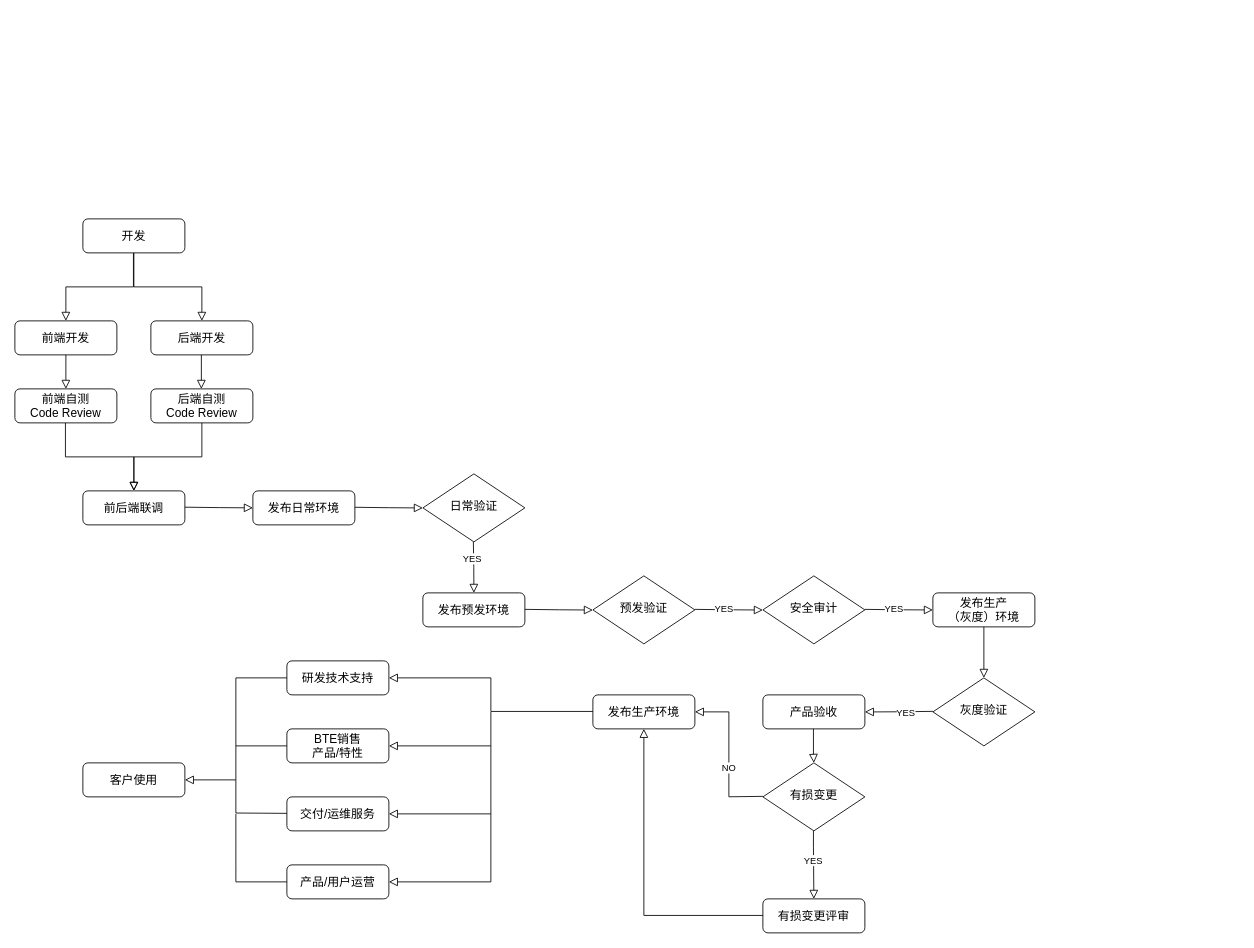
Above: 研发流程.drawio in Sunny-Smile26/Drawings (draw.io), before the change. Source tidied: cells renumbered, new cells numbered last; positions are measured from the earlier drawing's top-left corner, leaving out a move shared by most shapes. Both pictures are drawn from the tidied source at 85%, with x=0, y=0 at pixel (14, 218).
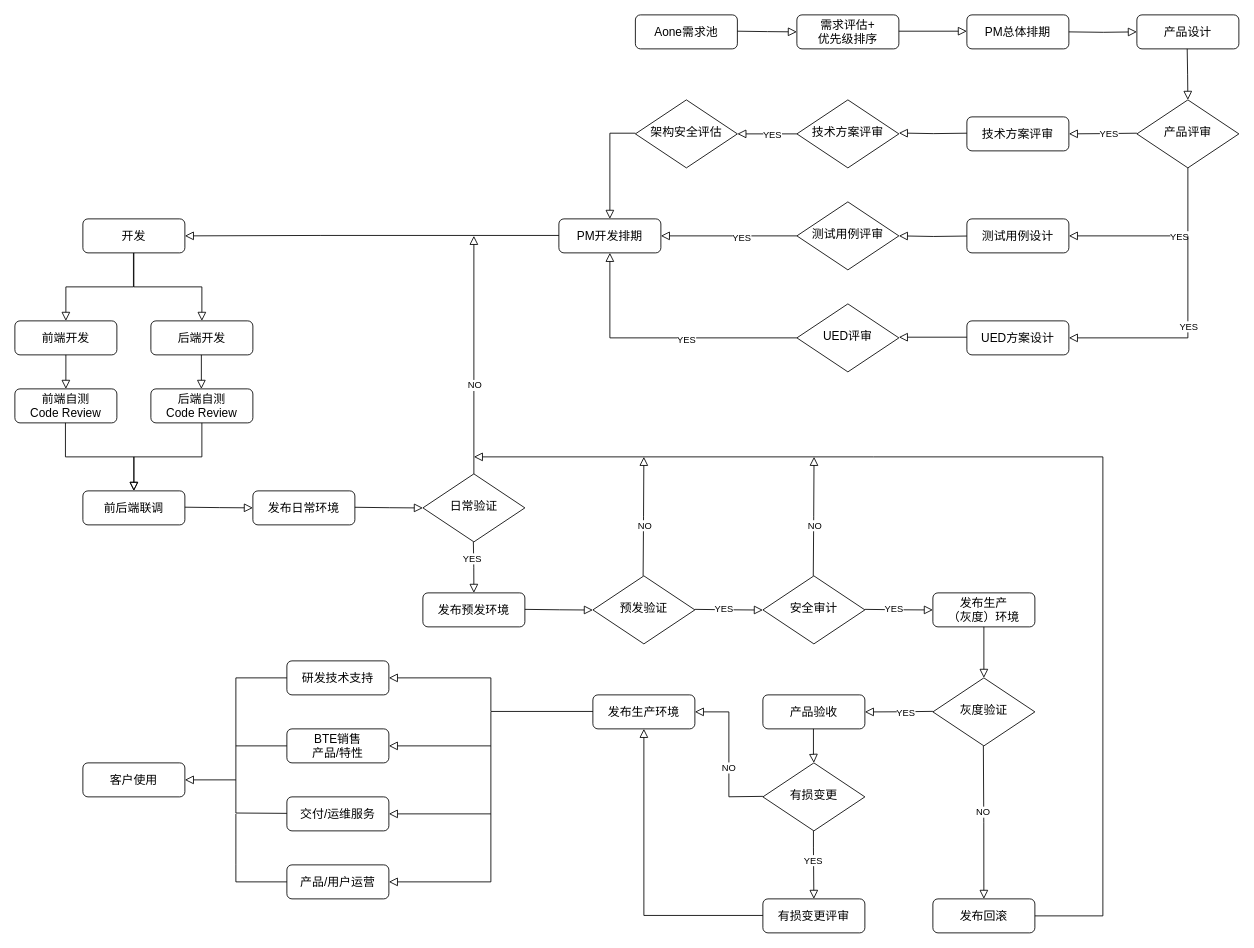
Above is the later version.

Commit message (it also covers changes not shown here):
更新研发流程.drawio

The change refers to these unchanged cells:
```xml
<mxCell id="3" value="开发" style="rounded=1;whiteSpace=wrap;html=1;fontSize=14;glass=0;strokeWidth=1;shadow=0;" parent="1" vertex="1">
  <mxGeometry x="80" width="120" height="40" as="geometry" />
</mxCell>
```

The edit, as a diff of the source:
```diff
@@
+    <mxCell id="57" value="发布回滚" style="rounded=1;whiteSpace=wrap;html=1;fontSize=14;glass=0;strokeWidth=1;shadow=0;" parent="1" vertex="1">
+      <mxGeometry x="1080" y="800" width="120" height="40" as="geometry" />
+    </mxCell>
+    <mxCell id="58" style="edgeStyle=orthogonalEdgeStyle;rounded=0;html=1;jettySize=auto;fontSize=14;endArrow=block;endFill=0;endSize=8;strokeWidth=1;shadow=0;labelBackgroundColor=none;entryX=0.5;entryY=0;entryDx=0;entryDy=0;" parent="1" edge="1" target="57">
+      <mxGeometry y="10" relative="1" as="geometry">
+        <mxPoint x="1139.4" y="620" as="sourcePoint" />
+      </mxGeometry>
+    </mxCell>
+    <mxCell id="59" value="NO" style="edgeLabel;html=1;align=center;verticalAlign=middle;" parent="58" vertex="1">
+      <mxGeometry x="-0.15" y="-1" relative="1" as="geometry" />
+    </mxCell>
+    <mxCell id="60" value="PM开发排期" style="rounded=1;whiteSpace=wrap;html=1;fontSize=14;glass=0;strokeWidth=1;shadow=0;" parent="1" vertex="1">
+      <mxGeometry x="640" width="120" height="40" as="geometry" />
+    </mxCell>
+    <mxCell id="61" style="edgeStyle=orthogonalEdgeStyle;rounded=0;html=1;jettySize=auto;fontSize=14;endArrow=block;endFill=0;endSize=8;strokeWidth=1;shadow=0;labelBackgroundColor=none;entryX=1;entryY=0.5;entryDx=0;entryDy=0;" parent="1" edge="1" target="3">
+      <mxGeometry y="10" relative="1" as="geometry">
+        <mxPoint x="640" y="19.5" as="sourcePoint" />
+        <Array as="points">
+          <mxPoint x="360" y="20" />
+          <mxPoint x="360" y="20" />
+        </Array>
+      </mxGeometry>
+    </mxCell>
+    <mxCell id="62" style="edgeStyle=orthogonalEdgeStyle;rounded=0;html=1;jettySize=auto;orthogonalLoop=1;fontSize=14;endArrow=block;endFill=0;endSize=8;strokeWidth=1;shadow=0;labelBackgroundColor=none;" parent="1" edge="1">
+      <mxGeometry y="10" relative="1" as="geometry">
+        <mxPoint x="540" y="300" as="sourcePoint" />
+        <mxPoint x="540" y="20" as="targetPoint" />
+      </mxGeometry>
+    </mxCell>
+    <mxCell id="63" value="NO" style="edgeLabel;html=1;align=center;verticalAlign=middle;" parent="62" vertex="1">
+      <mxGeometry x="-0.24" relative="1" as="geometry">
+        <mxPoint y="1" as="offset" />
+      </mxGeometry>
+    </mxCell>
+    <mxCell id="64" style="edgeStyle=orthogonalEdgeStyle;rounded=0;html=1;jettySize=auto;orthogonalLoop=1;fontSize=14;endArrow=block;endFill=0;endSize=8;strokeWidth=1;shadow=0;labelBackgroundColor=none;" parent="1" edge="1">
+      <mxGeometry y="10" relative="1" as="geometry">
+        <mxPoint x="1200" y="820" as="sourcePoint" />
+        <mxPoint x="540" y="280" as="targetPoint" />
+        <Array as="points">
+          <mxPoint x="1280" y="820" />
+          <mxPoint x="1280" y="280" />
+          <mxPoint x="1010" y="280" />
+        </Array>
+      </mxGeometry>
+    </mxCell>
+    <mxCell id="65" style="edgeStyle=orthogonalEdgeStyle;rounded=0;html=1;jettySize=auto;orthogonalLoop=1;fontSize=14;endArrow=block;endFill=0;endSize=8;strokeWidth=1;shadow=0;labelBackgroundColor=none;" parent="1" edge="1">
+      <mxGeometry y="10" relative="1" as="geometry">
+        <mxPoint x="739.1" y="420" as="sourcePoint" />
+        <mxPoint x="740" y="280" as="targetPoint" />
+      </mxGeometry>
+    </mxCell>
+    <mxCell id="66" value="NO" style="edgeLabel;html=1;align=center;verticalAlign=middle;" parent="65" vertex="1">
+      <mxGeometry x="-0.15" y="-1" relative="1" as="geometry" />
+    </mxCell>
+    <mxCell id="67" style="edgeStyle=orthogonalEdgeStyle;rounded=0;html=1;jettySize=auto;orthogonalLoop=1;fontSize=14;endArrow=block;endFill=0;endSize=8;strokeWidth=1;shadow=0;labelBackgroundColor=none;" parent="1" edge="1">
+      <mxGeometry y="10" relative="1" as="geometry">
+        <mxPoint x="939.3" y="420" as="sourcePoint" />
+        <mxPoint x="940.2" y="280" as="targetPoint" />
+      </mxGeometry>
+    </mxCell>
+    <mxCell id="68" value="NO" style="edgeLabel;html=1;align=center;verticalAlign=middle;" parent="67" vertex="1">
+      <mxGeometry x="-0.15" y="-1" relative="1" as="geometry" />
+    </mxCell>
+    <mxCell id="69" value="测试用例评审" style="rhombus;whiteSpace=wrap;html=1;shadow=0;fontFamily=Helvetica;fontSize=14;align=center;strokeWidth=1;spacing=6;spacingTop=-4;" parent="1" vertex="1">
+      <mxGeometry x="920" y="-20" width="120" height="80" as="geometry" />
+    </mxCell>
+    <mxCell id="70" value="UED评审" style="rhombus;whiteSpace=wrap;html=1;shadow=0;fontFamily=Helvetica;fontSize=14;align=center;strokeWidth=1;spacing=6;spacingTop=-4;" parent="1" vertex="1">
+      <mxGeometry x="920" y="100" width="120" height="80" as="geometry" />
+    </mxCell>
+    <mxCell id="71" value="技术方案评审" style="rhombus;whiteSpace=wrap;html=1;shadow=0;fontFamily=Helvetica;fontSize=14;align=center;strokeWidth=1;spacing=6;spacingTop=-4;" parent="1" vertex="1">
+      <mxGeometry x="920" y="-140" width="120" height="80" as="geometry" />
+    </mxCell>
+    <mxCell id="72" style="edgeStyle=orthogonalEdgeStyle;rounded=0;html=1;jettySize=auto;fontSize=14;endArrow=block;endFill=0;endSize=8;strokeWidth=1;shadow=0;labelBackgroundColor=none;entryX=1;entryY=0.5;entryDx=0;entryDy=0;exitX=0;exitY=0.5;exitDx=0;exitDy=0;" parent="1" edge="1" source="69" target="60">
+      <mxGeometry y="10" relative="1" as="geometry" />
+    </mxCell>
+    <mxCell id="73" value="YES" style="edgeLabel;html=1;align=center;verticalAlign=middle;" parent="72" vertex="1">
+      <mxGeometry x="-0.18" y="1" relative="1" as="geometry" />
+    </mxCell>
+    <mxCell id="74" style="edgeStyle=orthogonalEdgeStyle;rounded=0;html=1;jettySize=auto;fontSize=14;endArrow=block;endFill=0;endSize=8;strokeWidth=1;shadow=0;labelBackgroundColor=none;entryX=0.5;entryY=1;entryDx=0;entryDy=0;exitX=0;exitY=0.5;exitDx=0;exitDy=0;" parent="1" edge="1" source="70" target="60">
+      <mxGeometry y="10" relative="1" as="geometry" />
+    </mxCell>
+    <mxCell id="75" value="YES" style="edgeLabel;html=1;align=center;verticalAlign=middle;" parent="74" vertex="1">
+      <mxGeometry x="-0.18" y="1" relative="1" as="geometry" />
+    </mxCell>
+    <mxCell id="76" value="架构安全评估" style="rhombus;whiteSpace=wrap;html=1;shadow=0;fontFamily=Helvetica;fontSize=14;align=center;strokeWidth=1;spacing=6;spacingTop=-4;" parent="1" vertex="1">
+      <mxGeometry x="730" y="-140" width="120" height="80" as="geometry" />
+    </mxCell>
+    <mxCell id="77" style="edgeStyle=orthogonalEdgeStyle;rounded=0;html=1;jettySize=auto;fontSize=14;endArrow=block;endFill=0;endSize=8;strokeWidth=1;shadow=0;labelBackgroundColor=none;exitX=0;exitY=0.5;exitDx=0;exitDy=0;" parent="1" edge="1" source="71">
+      <mxGeometry y="10" relative="1" as="geometry">
+        <mxPoint x="850" y="-100" as="targetPoint" />
+      </mxGeometry>
+    </mxCell>
+    <mxCell id="78" value="YES" style="edgeLabel;html=1;align=center;verticalAlign=middle;" parent="77" vertex="1">
+      <mxGeometry x="-0.18" y="1" relative="1" as="geometry">
+        <mxPoint x="-1" y="-1" as="offset" />
+      </mxGeometry>
+    </mxCell>
+    <mxCell id="79" style="edgeStyle=orthogonalEdgeStyle;rounded=0;html=1;jettySize=auto;fontSize=14;endArrow=block;endFill=0;endSize=8;strokeWidth=1;shadow=0;labelBackgroundColor=none;entryX=0.5;entryY=0;entryDx=0;entryDy=0;exitX=0;exitY=0.5;exitDx=0;exitDy=0;" parent="1" edge="1" target="60">
+      <mxGeometry y="10" relative="1" as="geometry">
+        <mxPoint x="730" y="-100.8" as="sourcePoint" />
+        <Array as="points">
+          <mxPoint x="700" y="-101" />
+        </Array>
+      </mxGeometry>
+    </mxCell>
+    <mxCell id="80" value="技术方案评审" style="rounded=1;whiteSpace=wrap;html=1;fontSize=14;glass=0;strokeWidth=1;shadow=0;" parent="1" vertex="1">
+      <mxGeometry x="1120" y="-120" width="120" height="40" as="geometry" />
+    </mxCell>
+    <mxCell id="81" value="测试用例设计" style="rounded=1;whiteSpace=wrap;html=1;fontSize=14;glass=0;strokeWidth=1;shadow=0;" parent="1" vertex="1">
+      <mxGeometry x="1120" width="120" height="40" as="geometry" />
+    </mxCell>
+    <mxCell id="82" value="UED方案设计" style="rounded=1;whiteSpace=wrap;html=1;fontSize=14;glass=0;strokeWidth=1;shadow=0;" parent="1" vertex="1">
+      <mxGeometry x="1120" y="120" width="120" height="40" as="geometry" />
+    </mxCell>
+    <mxCell id="83" style="edgeStyle=orthogonalEdgeStyle;rounded=0;html=1;jettySize=auto;orthogonalLoop=1;fontSize=14;endArrow=block;endFill=0;endSize=8;strokeWidth=1;shadow=0;labelBackgroundColor=none;exitX=0;exitY=0.5;exitDx=0;exitDy=0;" parent="1" edge="1">
+      <mxGeometry y="10" relative="1" as="geometry">
+        <mxPoint x="1120" y="-100.8" as="sourcePoint" />
+        <mxPoint x="1040" y="-101" as="targetPoint" />
+      </mxGeometry>
+    </mxCell>
+    <mxCell id="84" style="edgeStyle=orthogonalEdgeStyle;rounded=0;html=1;jettySize=auto;orthogonalLoop=1;fontSize=14;endArrow=block;endFill=0;endSize=8;strokeWidth=1;shadow=0;labelBackgroundColor=none;exitX=0;exitY=0.5;exitDx=0;exitDy=0;" parent="1" edge="1">
+      <mxGeometry y="10" relative="1" as="geometry">
+        <mxPoint x="1120" y="20.2" as="sourcePoint" />
+        <mxPoint x="1040" y="20" as="targetPoint" />
+      </mxGeometry>
+    </mxCell>
+    <mxCell id="85" style="edgeStyle=orthogonalEdgeStyle;rounded=0;html=1;jettySize=auto;orthogonalLoop=1;fontSize=14;endArrow=block;endFill=0;endSize=8;strokeWidth=1;shadow=0;labelBackgroundColor=none;exitX=0;exitY=0.5;exitDx=0;exitDy=0;" parent="1" edge="1">
+      <mxGeometry y="10" relative="1" as="geometry">
+        <mxPoint x="1120" y="139.3" as="sourcePoint" />
+        <mxPoint x="1040" y="139.2" as="targetPoint" />
+        <Array as="points">
+          <mxPoint x="1040" y="140.2" />
+        </Array>
+      </mxGeometry>
+    </mxCell>
+    <mxCell id="86" value="产品评审" style="rhombus;whiteSpace=wrap;html=1;shadow=0;fontFamily=Helvetica;fontSize=14;align=center;strokeWidth=1;spacing=6;spacingTop=-4;" parent="1" vertex="1">
+      <mxGeometry x="1320" y="-140" width="120" height="80" as="geometry" />
+    </mxCell>
+    <mxCell id="87" style="edgeStyle=orthogonalEdgeStyle;rounded=0;html=1;jettySize=auto;fontSize=14;endArrow=block;endFill=0;endSize=8;strokeWidth=1;shadow=0;labelBackgroundColor=none;exitX=0;exitY=0.5;exitDx=0;exitDy=0;entryX=1;entryY=0.5;entryDx=0;entryDy=0;" parent="1" edge="1" target="80">
+      <mxGeometry y="10" relative="1" as="geometry">
+        <mxPoint x="1320" y="-100.8" as="sourcePoint" />
+      </mxGeometry>
+    </mxCell>
+    <mxCell id="88" value="YES" style="edgeLabel;html=1;align=center;verticalAlign=middle;" parent="87" vertex="1">
+      <mxGeometry x="-0.18" y="1" relative="1" as="geometry">
+        <mxPoint x="-1" y="-1" as="offset" />
+      </mxGeometry>
+    </mxCell>
+    <mxCell id="89" style="edgeStyle=orthogonalEdgeStyle;rounded=0;html=1;jettySize=auto;fontSize=14;endArrow=block;endFill=0;endSize=8;strokeWidth=1;shadow=0;labelBackgroundColor=none;exitX=0;exitY=0.5;exitDx=0;exitDy=0;entryX=1;entryY=0.5;entryDx=0;entryDy=0;" parent="1" edge="1" target="81">
+      <mxGeometry y="10" relative="1" as="geometry">
+        <mxPoint x="1380" y="-60" as="sourcePoint" />
+        <Array as="points">
+          <mxPoint x="1380" y="20" />
+        </Array>
+      </mxGeometry>
+    </mxCell>
+    <mxCell id="90" value="YES" style="edgeLabel;html=1;align=center;verticalAlign=middle;" parent="89" vertex="1">
+      <mxGeometry x="-0.18" y="1" relative="1" as="geometry">
+        <mxPoint x="-1" y="-1" as="offset" />
+      </mxGeometry>
+    </mxCell>
+    <mxCell id="91" style="edgeStyle=orthogonalEdgeStyle;rounded=0;html=1;jettySize=auto;orthogonalLoop=1;fontSize=14;endArrow=block;endFill=0;endSize=8;strokeWidth=1;shadow=0;labelBackgroundColor=none;exitX=0;exitY=0.5;exitDx=0;exitDy=0;" parent="1" edge="1">
+      <mxGeometry y="10" relative="1" as="geometry">
+        <mxPoint x="1380" y="20" as="sourcePoint" />
+        <mxPoint x="1240" y="140" as="targetPoint" />
+        <Array as="points">
+          <mxPoint x="1380" y="140" />
+          <mxPoint x="1240" y="140" />
+        </Array>
+      </mxGeometry>
+    </mxCell>
+    <mxCell id="92" value="YES" style="edgeLabel;html=1;align=center;verticalAlign=middle;" parent="91" vertex="1">
+      <mxGeometry x="-0.18" y="1" relative="1" as="geometry">
+        <mxPoint x="-1" y="-1" as="offset" />
+      </mxGeometry>
+    </mxCell>
+    <mxCell id="93" value="产品设计" style="rounded=1;whiteSpace=wrap;html=1;fontSize=14;glass=0;strokeWidth=1;shadow=0;" parent="1" vertex="1">
+      <mxGeometry x="1320" y="-240" width="120" height="40" as="geometry" />
+    </mxCell>
+    <mxCell id="94" value="PM总体排期" style="rounded=1;whiteSpace=wrap;html=1;fontSize=14;glass=0;strokeWidth=1;shadow=0;" parent="1" vertex="1">
+      <mxGeometry x="1120" y="-240" width="120" height="40" as="geometry" />
+    </mxCell>
+    <mxCell id="95" style="edgeStyle=orthogonalEdgeStyle;rounded=0;html=1;jettySize=auto;fontSize=14;endArrow=block;endFill=0;endSize=8;strokeWidth=1;shadow=0;labelBackgroundColor=none;entryX=0.5;entryY=0;entryDx=0;entryDy=0;" parent="1" edge="1" target="86">
+      <mxGeometry y="10" relative="1" as="geometry">
+        <mxPoint x="1379.2" y="-200" as="sourcePoint" />
+      </mxGeometry>
+    </mxCell>
+    <mxCell id="96" style="edgeStyle=orthogonalEdgeStyle;rounded=0;html=1;jettySize=auto;fontSize=14;endArrow=block;endFill=0;endSize=8;strokeWidth=1;shadow=0;labelBackgroundColor=none;entryX=0;entryY=0.5;entryDx=0;entryDy=0;" parent="1" edge="1" target="93">
+      <mxGeometry y="10" relative="1" as="geometry">
+        <mxPoint x="1240" y="-220" as="sourcePoint" />
+      </mxGeometry>
+    </mxCell>
+    <mxCell id="97" value="需求评估+&lt;div&gt;优先级排序&lt;/div&gt;" style="rounded=1;whiteSpace=wrap;html=1;fontSize=14;glass=0;strokeWidth=1;shadow=0;" parent="1" vertex="1">
+      <mxGeometry x="920" y="-240" width="120" height="40" as="geometry" />
+    </mxCell>
+    <mxCell id="98" value="Aone需求池" style="rounded=1;whiteSpace=wrap;html=1;fontSize=14;glass=0;strokeWidth=1;shadow=0;" parent="1" vertex="1">
+      <mxGeometry x="730" y="-240" width="120" height="40" as="geometry" />
+    </mxCell>
+    <mxCell id="99" style="edgeStyle=orthogonalEdgeStyle;rounded=0;html=1;jettySize=auto;orthogonalLoop=1;fontSize=14;endArrow=block;endFill=0;endSize=8;strokeWidth=1;shadow=0;labelBackgroundColor=none;entryX=0;entryY=0.5;entryDx=0;entryDy=0;" parent="1" edge="1">
+      <mxGeometry y="10" relative="1" as="geometry">
+        <mxPoint x="1040" y="-220.8" as="sourcePoint" />
+        <mxPoint x="1120" y="-220.8" as="targetPoint" />
+      </mxGeometry>
+    </mxCell>
+    <mxCell id="100" style="edgeStyle=orthogonalEdgeStyle;rounded=0;html=1;jettySize=auto;fontSize=14;endArrow=block;endFill=0;endSize=8;strokeWidth=1;shadow=0;labelBackgroundColor=none;entryX=0;entryY=0.5;entryDx=0;entryDy=0;" parent="1" edge="1" target="97">
+      <mxGeometry y="10" relative="1" as="geometry">
+        <mxPoint x="850" y="-220.8" as="sourcePoint" />
+      </mxGeometry>
+    </mxCell>
```
